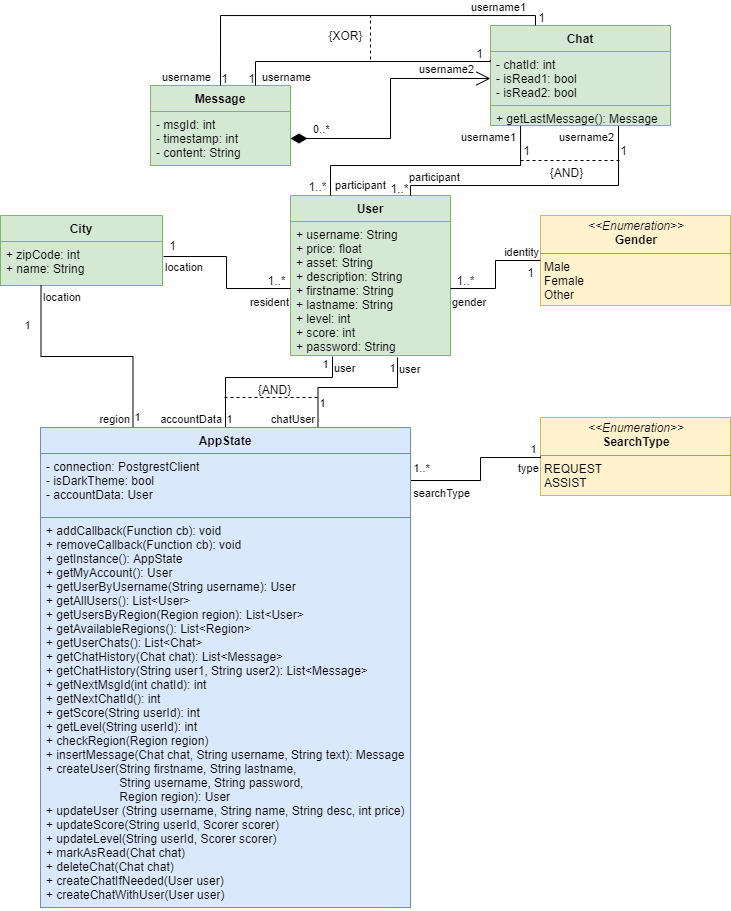
This is doc/datamodel.png from matwoess/helpout, a draw.io export, as it was before one commit. Source tidied: cells renumbered, new cells last; positions are measured from the earlier drawing's top-left corner, leaving out a move shared by most shapes.
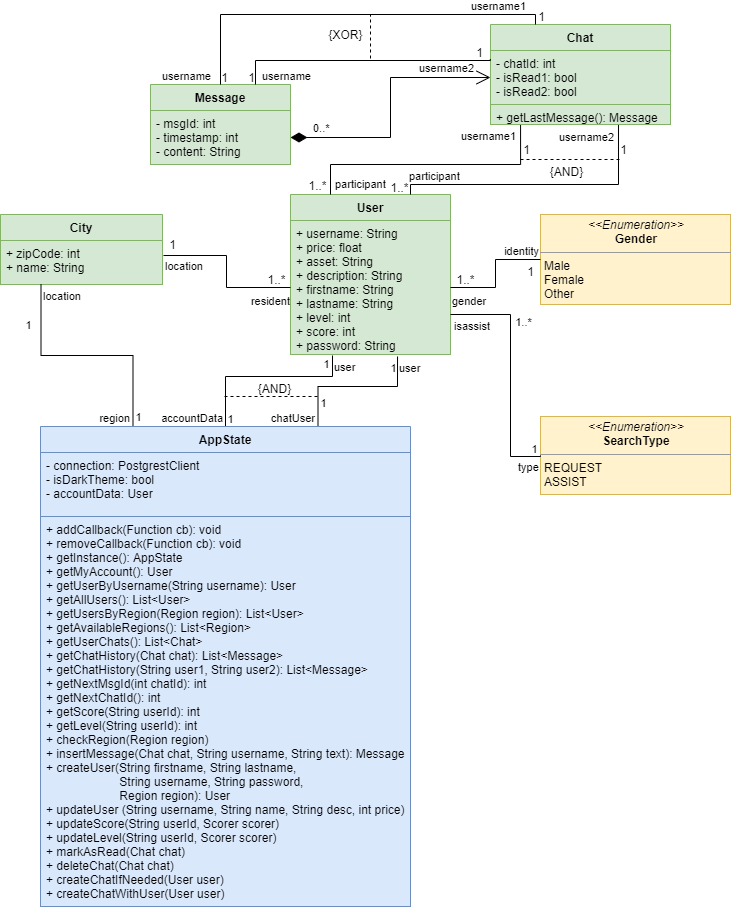
The same file after the commit.

Diff of the diagram source:
```diff
@@ -174,13 +174,13 @@
         <mxPoint x="149" y="-23" as="offset" />
       </mxGeometry>
     </mxCell>
-    <mxCell id="41" style="endArrow=none;html=1;edgeStyle=orthogonalEdgeStyle;fontColor=#000000;rounded=0;" parent="1" edge="1">
+    <mxCell id="41" style="endArrow=none;html=1;edgeStyle=orthogonalEdgeStyle;fontColor=#000000;rounded=0;entryX=1;entryY=0.75;entryDx=0;entryDy=0;" parent="1" edge="1" target="2">
       <mxGeometry relative="1" as="geometry">
         <mxPoint x="540" y="449" as="sourcePoint" />
-        <mxPoint x="410" y="473" as="targetPoint" />
         <Array as="points">
-          <mxPoint x="480" y="450" />
-          <mxPoint x="480" y="473" />
+          <mxPoint x="540" y="450" />
+          <mxPoint x="510" y="450" />
+          <mxPoint x="510" y="308" />
         </Array>
       </mxGeometry>
     </mxCell>
@@ -189,14 +189,14 @@
         <mxPoint x="-24" y="20" as="offset" />
       </mxGeometry>
     </mxCell>
-    <mxCell id="43" value="searchType" style="edgeLabel;html=1;align=right;verticalAlign=bottom;" parent="41" vertex="1">
+    <mxCell id="43" value="isassist" style="edgeLabel;html=1;align=right;verticalAlign=bottom;" parent="41" vertex="1">
       <mxGeometry x="1" relative="1" as="geometry">
-        <mxPoint x="61" y="21" as="offset" />
+        <mxPoint x="40" y="20" as="offset" />
       </mxGeometry>
     </mxCell>
     <mxCell id="44" value="1..*" style="edgeLabel;html=1;align=center;verticalAlign=middle;fontColor=#000000;" parent="41" vertex="1">
       <mxGeometry x="-0.42" y="-10" relative="1" as="geometry">
-        <mxPoint x="-76" y="21" as="offset" />
+        <mxPoint x="2" y="-99" as="offset" />
       </mxGeometry>
     </mxCell>
     <mxCell id="45" value="Message" style="swimlane;fontStyle=1;align=center;verticalAlign=top;horizontal=1;startSize=26;fillColor=#d5e8d4;strokeColor=#82b366;" parent="1" vertex="1">
```
